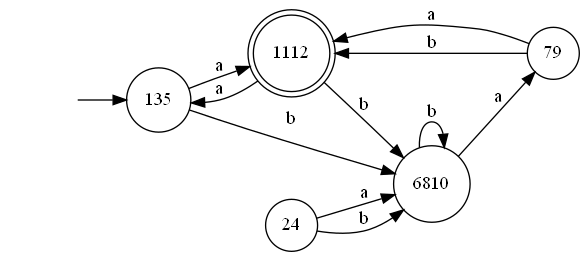
Before: tfm/static/imagem/AFD_MIN.gv.png, a diagram exported from Graphviz (LPfontes/projeto_ling_formal). Its source is kept beside it as tfm/static/imagem/AFD_MIN.gv.
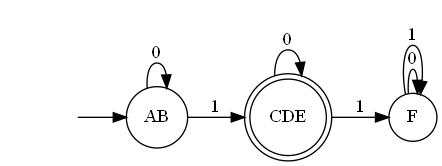
After the commit.

What changed in the source:
```diff
@@ -1,20 +1,14 @@
 digraph "tfm\static\imagem\AFD_MIN" {
 	graph [rankdir=LR]
 	"" [label="" shape=plaintext]
-	1112 [label=1112 shape=doublecircle]
-	24 [label=24 shape=circle]
-	79 [label=79 shape=circle]
-	135 [label=135 shape=circle]
-	6810 [label=6810 shape=circle]
-	"" -> 135 [label=""]
-	1112 -> 135 [label=a]
-	1112 -> 6810 [label=b]
-	135 -> 1112 [label=a]
-	135 -> 6810 [label=b]
-	6810 -> 79 [label=a]
-	6810 -> 6810 [label=b]
-	24 -> 6810 [label=a]
-	24 -> 6810 [label=b]
-	79 -> 1112 [label=a]
-	79 -> 1112 [label=b]
+	CDE [label=CDE shape=doublecircle]
+	AB [label=AB shape=circle]
+	F [label=F shape=circle]
+	"" -> AB [label=""]
+	AB -> AB [label=0]
+	AB -> CDE [label=1]
+	CDE -> CDE [label=0]
+	CDE -> F [label=1]
+	F -> F [label=0]
+	F -> F [label=1]
 }
```
